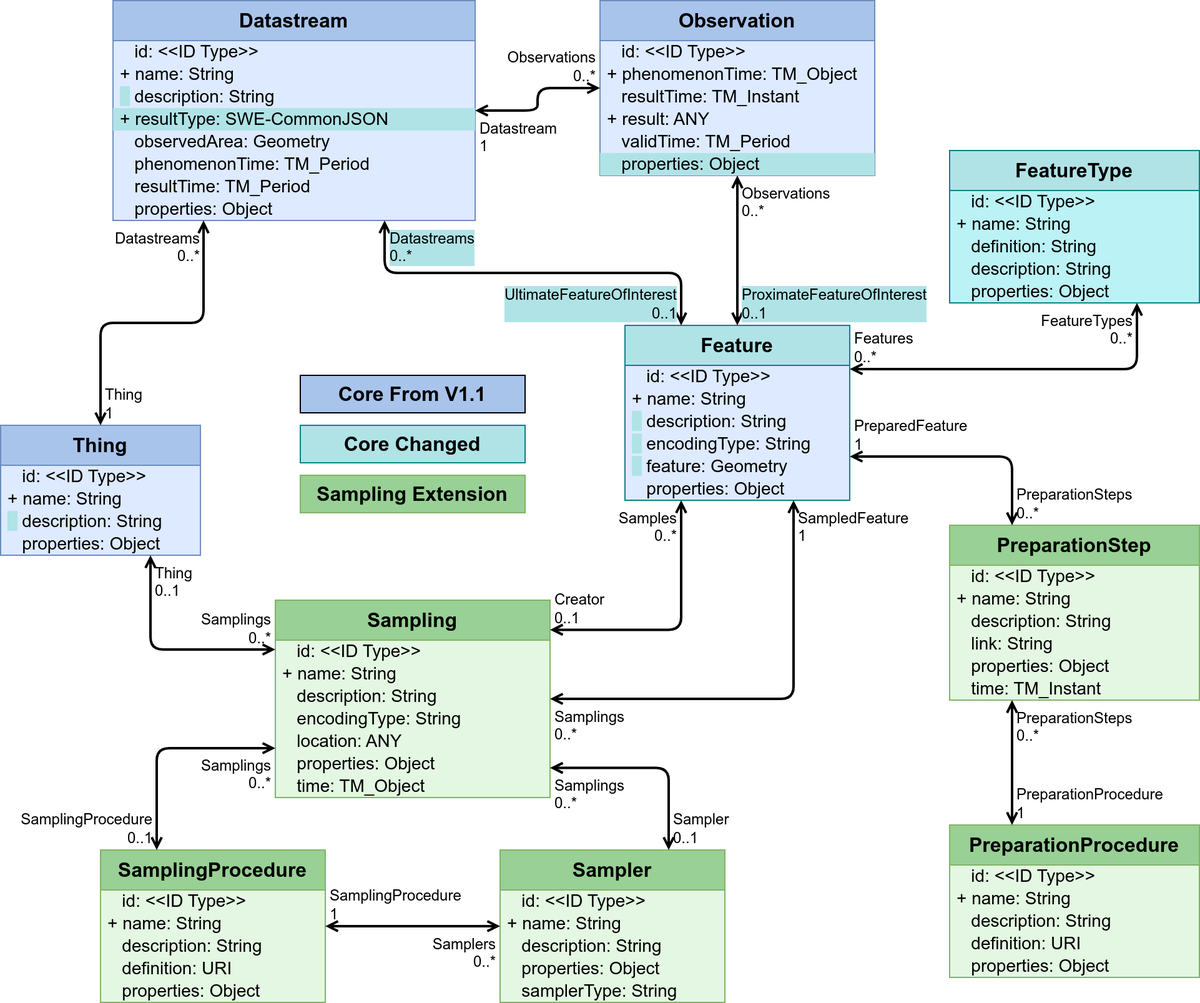
opengeospatial/sensorthings keeps this draw.io diagram as figures/Datamodel-SensorThingsApi-V2-proposal-1-Sampling.drawio.png. Above is the earlier version. Source tidied: cells renumbered, new cells last; positions are measured from the earlier drawing's top-left corner, leaving out a move shared by most shapes.
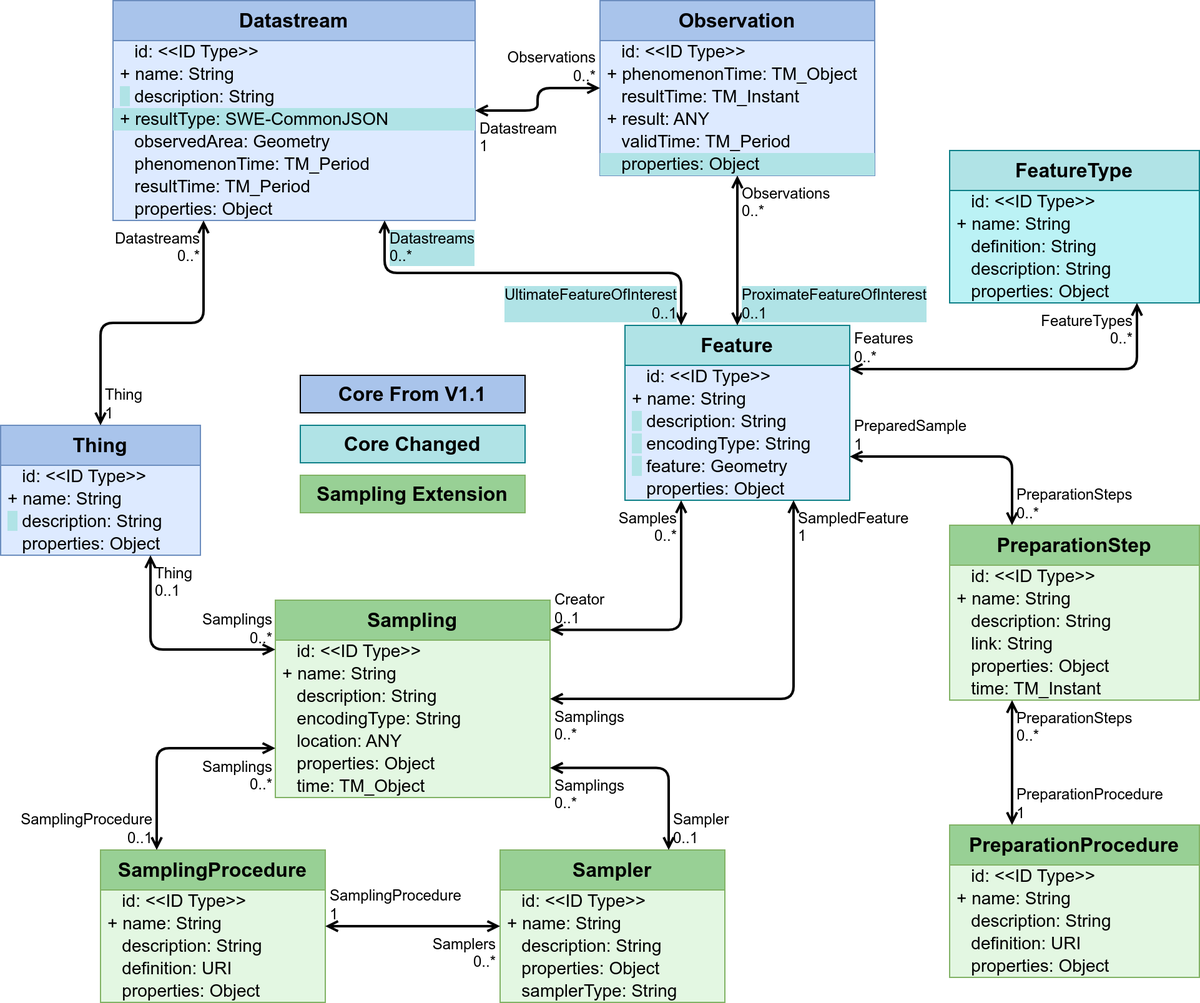
After the change.

Commit message:
Renamed PreparationStep -> Feature relation to PreparedSample

Diff of the diagram source:
```diff
@@ -95,7 +95,7 @@
     <mxCell id="32" value="PreparationSteps&lt;br&gt;0..*" style="edgeLabel;html=1;align=left;verticalAlign=bottom;labelBackgroundColor=none;fontSize=12;spacingLeft=1;spacing=3;spacingRight=2;" parent="31" vertex="1">
       <mxGeometry x="-1" relative="1" as="geometry" />
     </mxCell>
-    <mxCell id="33" value="PreparedFeature&lt;br&gt;1" style="edgeLabel;html=1;align=left;verticalAlign=bottom;labelBackgroundColor=none;fontSize=12;spacingLeft=1;spacing=3;spacingRight=2;" parent="31" vertex="1">
+    <mxCell id="33" value="PreparedSample&lt;br&gt;1" style="edgeLabel;html=1;align=left;verticalAlign=bottom;labelBackgroundColor=none;fontSize=12;spacingLeft=1;spacing=3;spacingRight=2;" parent="31" vertex="1">
       <mxGeometry x="1" relative="1" as="geometry" />
     </mxCell>
     <mxCell id="34" style="endArrow=open;startArrow=open;html=1;rounded=1;noEdgeStyle=1;entryX=0.25;entryY=0;entryDx=0;entryDy=0;exitX=0.25;exitY=1;exitDx=0;exitDy=0;strokeWidth=2;curved=0;startFill=0;endFill=0;" parent="1" edge="1" source="24" target="18">
```
